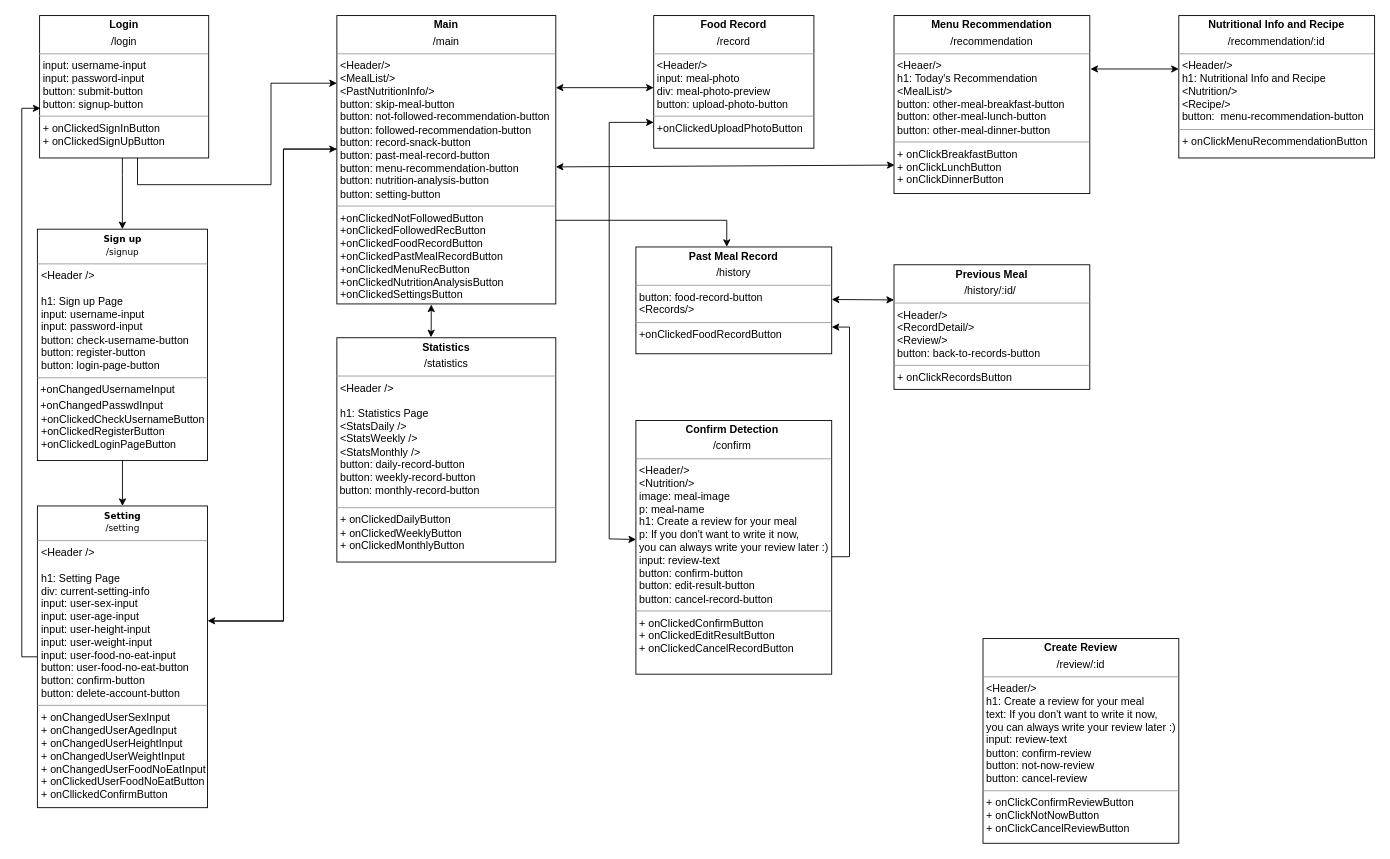
Before: diagrams/Frontend_UML.drawio in swsnu/swpp2021-team5, a draw.io diagram. Source tidied: cells renumbered, new cells numbered last; positions are measured from the earlier drawing's top-left corner, leaving out a move shared by most shapes. Both pictures are drawn from the tidied source at 89%, with x=0, y=0 at pixel (21, 15).
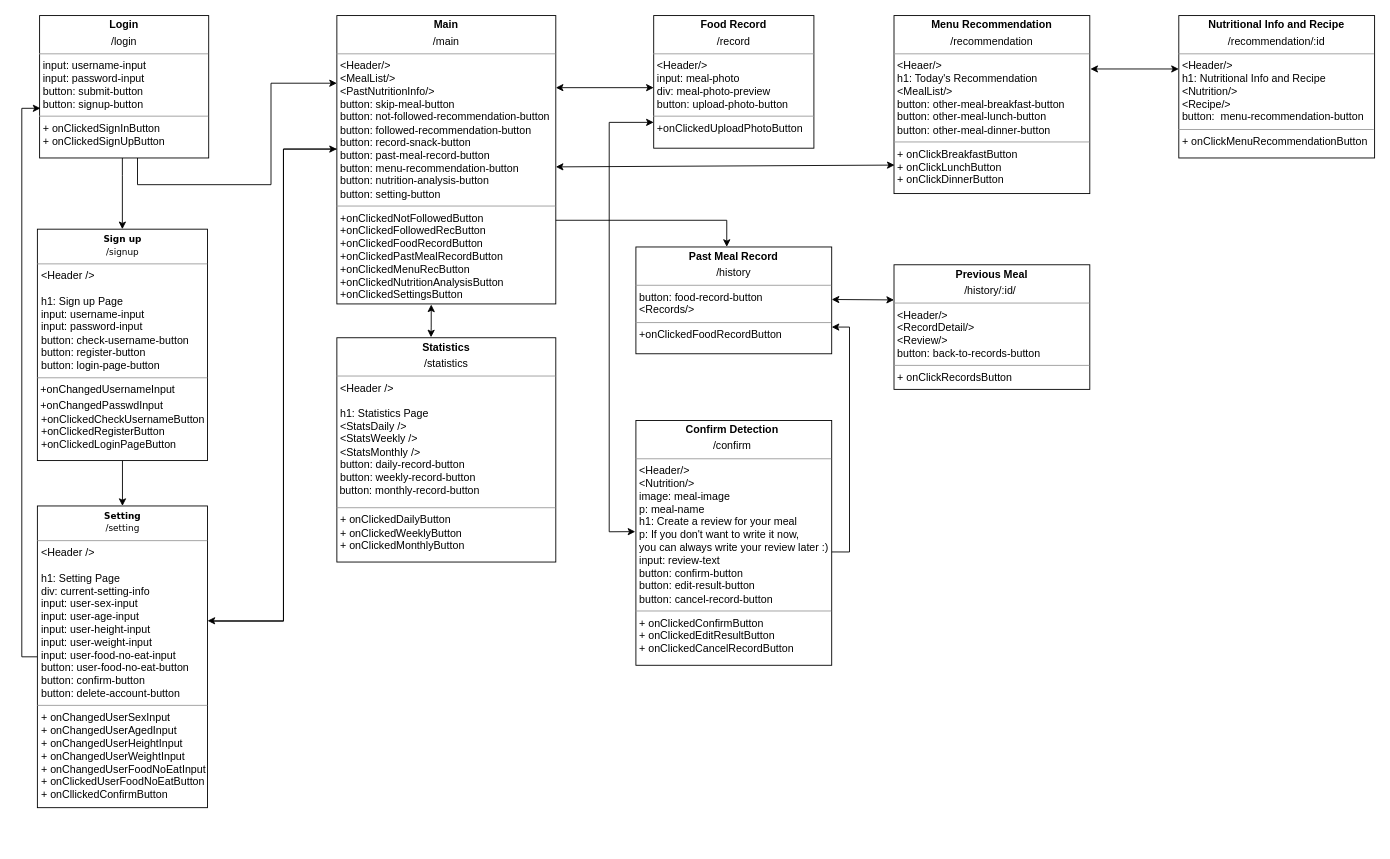
Above is the later version.

The edit, as a diff of the source:
```diff
@@
-    <mxCell id="16" value="&lt;p style=&quot;margin: 0px ; margin-top: 4px ; text-align: center&quot;&gt;&lt;b&gt;Confirm Detection&amp;nbsp;&lt;/b&gt;&lt;/p&gt;&lt;p style=&quot;margin: 0px ; margin-top: 4px ; text-align: center&quot;&gt;/confirm&lt;b&gt;&amp;nbsp;&lt;/b&gt;&lt;/p&gt;&lt;hr size=&quot;1&quot;&gt;&lt;p style=&quot;margin: 0px ; margin-left: 4px&quot;&gt;&amp;lt;Header/&amp;gt;&lt;/p&gt;&lt;p style=&quot;margin: 0px ; margin-left: 4px&quot;&gt;&amp;lt;Nutrition/&amp;gt;&lt;/p&gt;&lt;p style=&quot;margin: 0px ; margin-left: 4px&quot;&gt;image: meal-image&lt;/p&gt;&lt;p style=&quot;margin: 0px ; margin-left: 4px&quot;&gt;p: meal-name&lt;/p&gt;&lt;p style=&quot;margin: 0px ; margin-left: 4px&quot;&gt;&lt;span&gt;h1: Create a review for your meal&lt;/span&gt;&lt;br&gt;&lt;/p&gt;&lt;p style=&quot;margin: 0px 0px 0px 4px&quot;&gt;p: If you don't want to write it now,&amp;nbsp;&lt;/p&gt;&lt;p style=&quot;margin: 0px 0px 0px 4px&quot;&gt;you can always write your review later :)&lt;/p&gt;&lt;p style=&quot;margin: 0px 0px 0px 4px&quot;&gt;input: review-text&lt;/p&gt;&lt;p style=&quot;margin: 0px ; margin-left: 4px&quot;&gt;&lt;span&gt;button: confirm-button&lt;/span&gt;&lt;br&gt;&lt;/p&gt;&lt;p style=&quot;margin: 0px ; margin-left: 4px&quot;&gt;button: edit-result-button&lt;/p&gt;&lt;p style=&quot;margin: 0px ; margin-left: 4px&quot;&gt;button: cancel-record-button&lt;/p&gt;&lt;hr size=&quot;1&quot;&gt;&lt;p style=&quot;margin: 0px ; margin-left: 4px&quot;&gt;+ onClickedConfirmButton&lt;/p&gt;&lt;p style=&quot;margin: 0px ; margin-left: 4px&quot;&gt;+ onClickedEditResultButton&lt;/p&gt;&lt;p style=&quot;margin: 0px 0px 0px 4px&quot;&gt;+ onClickedCancelRecordButton&lt;/p&gt;&lt;p style=&quot;margin: 0px ; margin-left: 4px&quot;&gt;&lt;br&gt;&lt;/p&gt;&lt;p style=&quot;margin: 0px ; margin-left: 4px&quot;&gt;&lt;br&gt;&lt;/p&gt;" style="verticalAlign=top;align=left;overflow=fill;fontSize=12;fontFamily=Helvetica;html=1;" parent="1" vertex="1">
-      <mxGeometry x="690" y="455" width="220" height="285" as="geometry" />
+    <mxCell id="16" value="&lt;p style=&quot;margin: 0px ; margin-top: 4px ; text-align: center&quot;&gt;&lt;b&gt;Confirm Detection&amp;nbsp;&lt;/b&gt;&lt;/p&gt;&lt;p style=&quot;margin: 0px ; margin-top: 4px ; text-align: center&quot;&gt;/confirm&lt;b&gt;&amp;nbsp;&lt;/b&gt;&lt;/p&gt;&lt;hr size=&quot;1&quot;&gt;&lt;p style=&quot;margin: 0px ; margin-left: 4px&quot;&gt;&amp;lt;Header/&amp;gt;&lt;/p&gt;&lt;p style=&quot;margin: 0px ; margin-left: 4px&quot;&gt;&amp;lt;Nutrition/&amp;gt;&lt;/p&gt;&lt;p style=&quot;margin: 0px ; margin-left: 4px&quot;&gt;image: meal-image&lt;/p&gt;&lt;p style=&quot;margin: 0px ; margin-left: 4px&quot;&gt;p: meal-name&lt;/p&gt;&lt;p style=&quot;margin: 0px 0px 0px 4px&quot;&gt;h1: Create a review for your meal&lt;/p&gt;&lt;p style=&quot;margin: 0px 0px 0px 4px&quot;&gt;p: If you don't want to write it now,&amp;nbsp;&lt;/p&gt;&lt;p style=&quot;margin: 0px 0px 0px 4px&quot;&gt;you can always write your review later :)&lt;/p&gt;&lt;p style=&quot;margin: 0px 0px 0px 4px&quot;&gt;input: review-text&lt;/p&gt;&lt;p style=&quot;margin: 0px ; margin-left: 4px&quot;&gt;&lt;span&gt;button: confirm-button&lt;/span&gt;&lt;br&gt;&lt;/p&gt;&lt;p style=&quot;margin: 0px ; margin-left: 4px&quot;&gt;button: edit-result-button&lt;/p&gt;&lt;p style=&quot;margin: 0px ; margin-left: 4px&quot;&gt;button: cancel-record-button&lt;/p&gt;&lt;hr size=&quot;1&quot;&gt;&lt;p style=&quot;margin: 0px ; margin-left: 4px&quot;&gt;+ onClickedConfirmButton&lt;/p&gt;&lt;p style=&quot;margin: 0px ; margin-left: 4px&quot;&gt;+ onClickedEditResultButton&lt;/p&gt;&lt;p style=&quot;margin: 0px 0px 0px 4px&quot;&gt;+ onClickedCancelRecordButton&lt;/p&gt;&lt;p style=&quot;margin: 0px ; margin-left: 4px&quot;&gt;&lt;br&gt;&lt;/p&gt;&lt;p style=&quot;margin: 0px ; margin-left: 4px&quot;&gt;&lt;br&gt;&lt;/p&gt;" style="verticalAlign=top;align=left;overflow=fill;fontSize=12;fontFamily=Helvetica;html=1;" parent="1" vertex="1">
+      <mxGeometry x="690" y="455" width="220" height="275" as="geometry" />
     </mxCell>
@@
-    <mxCell id="21" value="&lt;p style=&quot;margin: 0px ; margin-top: 4px ; text-align: center&quot;&gt;&lt;b&gt;Create Review&lt;/b&gt;&lt;/p&gt;&lt;p style=&quot;margin: 0px ; margin-top: 4px ; text-align: center&quot;&gt;/review/:id&lt;/p&gt;&lt;hr size=&quot;1&quot;&gt;&lt;p style=&quot;margin: 0px ; margin-left: 4px&quot;&gt;&amp;lt;Header/&amp;gt;&lt;/p&gt;&lt;p style=&quot;margin: 0px ; margin-left: 4px&quot;&gt;h1: Create a review for your meal&lt;/p&gt;&lt;p style=&quot;margin: 0px ; margin-left: 4px&quot;&gt;text: If you don't want to write it now,&amp;nbsp;&lt;/p&gt;&lt;p style=&quot;margin: 0px ; margin-left: 4px&quot;&gt;you can always write your review later :)&lt;/p&gt;&lt;p style=&quot;margin: 0px ; margin-left: 4px&quot;&gt;input: review-text&lt;/p&gt;&lt;p style=&quot;margin: 0px ; margin-left: 4px&quot;&gt;button: confirm-review&lt;/p&gt;&lt;p style=&quot;margin: 0px 0px 0px 4px&quot;&gt;button: not-now-review&lt;/p&gt;&lt;p style=&quot;margin: 0px 0px 0px 4px&quot;&gt;button: cancel-review&lt;br&gt;&lt;/p&gt;&lt;hr size=&quot;1&quot;&gt;&lt;p style=&quot;margin: 0px ; margin-left: 4px&quot;&gt;+ onClickConfirmReviewButton&lt;br&gt;+ onClickNotNowButton&lt;/p&gt;&lt;p style=&quot;margin: 0px ; margin-left: 4px&quot;&gt;+ onClickCancelReviewButton&lt;/p&gt;" style="verticalAlign=top;align=left;overflow=fill;fontSize=12;fontFamily=Helvetica;html=1;rounded=0;shadow=0;comic=0;labelBackgroundColor=none;strokeWidth=1;" parent="1" vertex="1">
-      <mxGeometry x="1080" y="700" width="220" height="230" as="geometry" />
-    </mxCell>
@@
-    <mxCell id="27" style="endArrow=classic;startArrow=classic;html=1;rounded=0;exitX=0.001;exitY=0.469;exitDx=0;exitDy=0;exitPerimeter=0;" parent="1" edge="1" source="16">
+    <mxCell id="27" style="endArrow=classic;startArrow=classic;html=1;rounded=0;exitX=-0.003;exitY=0.454;exitDx=0;exitDy=0;exitPerimeter=0;" parent="1" edge="1" source="16">
       <mxGeometry relative="1" as="geometry">
         <mxPoint x="710" y="120" as="targetPoint" />
         <Array as="points">
-          <mxPoint x="660" y="588" />
+          <mxPoint x="660" y="580" />
           <mxPoint x="660" y="120" />
         </Array>
       </mxGeometry>
     </mxCell>
```
